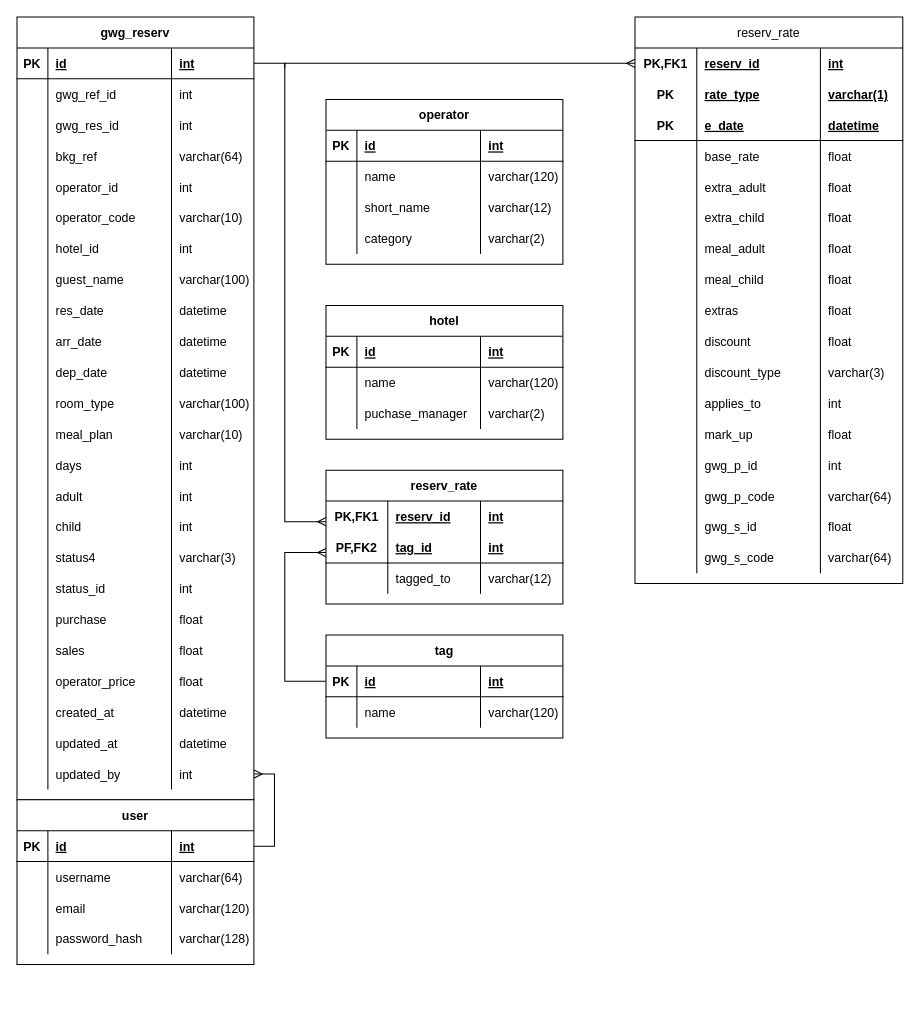
Earlier version of the draw.io diagram bkgs_app_erd.drawio (justivan/drawio-diagrams). Source tidied: cells renumbered, new cells numbered last; positions are measured from the earlier drawing's top-left corner, leaving out a move shared by most shapes. Both pictures are drawn from the tidied source at 103%, with x=0, y=0 at pixel (16, 16).
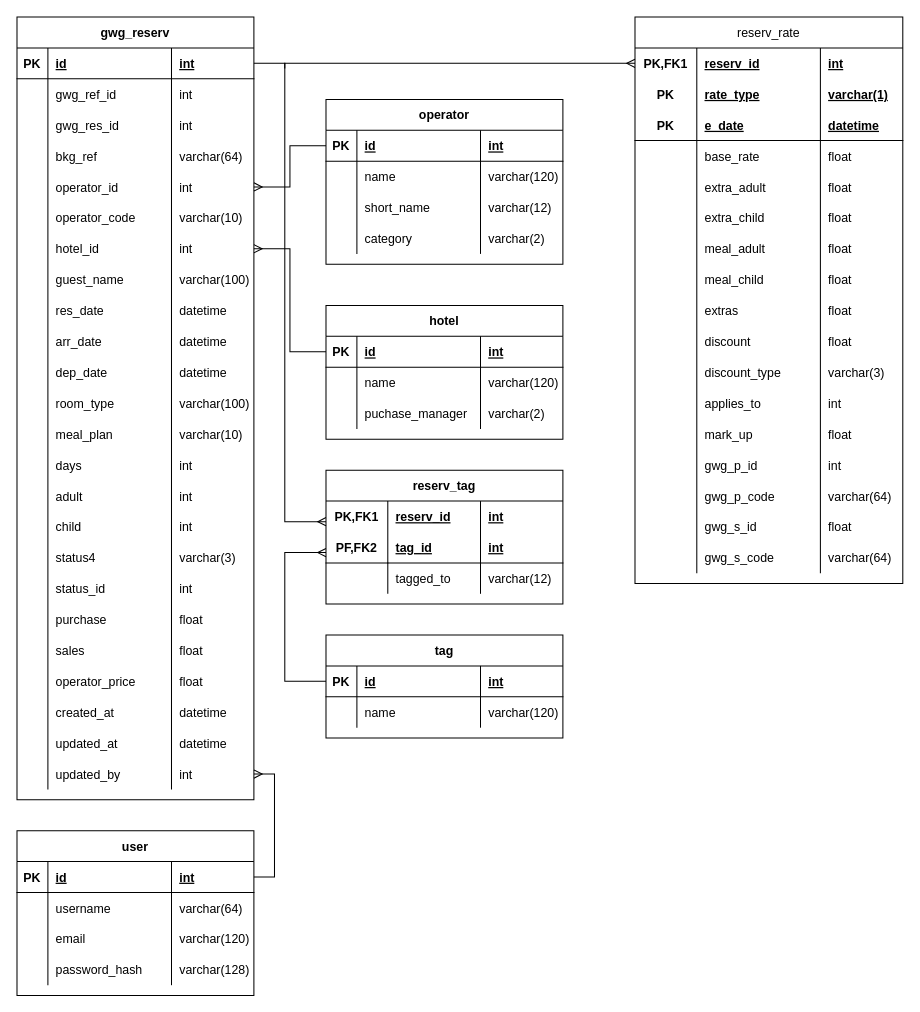
The same diagram, later.

The change refers to these unchanged cells:
```xml
<mxCell id="19" style="shape=tableRow;horizontal=0;startSize=0;swimlaneHead=0;swimlaneBody=0;fillColor=none;points=[[0,0.5],[1,0.5]];portConstraint=eastwest;top=0;left=0;right=0;bottom=0;fontFamily=Helvetica;" parent="2" vertex="1">
  <mxGeometry y="150" width="230" height="30" as="geometry" />
</mxCell>
<mxCell id="27" style="shape=tableRow;horizontal=0;startSize=0;swimlaneHead=0;swimlaneBody=0;fillColor=none;points=[[0,0.5],[1,0.5]];portConstraint=eastwest;top=0;left=0;right=0;bottom=0;fontFamily=Helvetica;" parent="2" vertex="1">
  <mxGeometry y="210" width="230" height="30" as="geometry" />
</mxCell>
<mxCell id="188" style="shape=tableRow;horizontal=0;startSize=0;swimlaneHead=0;swimlaneBody=0;fillColor=none;points=[[0,0.5],[1,0.5]];portConstraint=eastwest;top=0;left=0;right=0;bottom=1;fontFamily=Helvetica;" parent="187" vertex="1">
  <mxGeometry y="30" width="230" height="30" as="geometry" />
</mxCell>
<mxCell id="205" style="shape=tableRow;horizontal=0;startSize=0;swimlaneHead=0;swimlaneBody=0;fillColor=none;points=[[0,0.5],[1,0.5]];portConstraint=eastwest;top=0;left=0;right=0;bottom=1;fontFamily=Helvetica;" parent="204" vertex="1">
  <mxGeometry y="30" width="230" height="30" as="geometry" />
</mxCell>
```

Change to the diagram source:
```diff
@@
     <mxCell id="169" value="user" style="shape=table;startSize=30;childLayout=tableLayout;rowLines=0;fontStyle=1;align=center;fontFamily=Helvetica;" parent="1" vertex="1">
-      <mxGeometry y="760" width="230" height="160" as="geometry" />
+      <mxGeometry y="790" width="230" height="160" as="geometry" />
     </mxCell>
@@
-    <mxCell id="228" value="reserv_rate" style="shape=table;startSize=30;childLayout=tableLayout;rowLines=0;fontStyle=1;align=center;fontFamily=Helvetica;" parent="1" vertex="1">
+    <mxCell id="228" value="reserv_tag" style="shape=table;startSize=30;childLayout=tableLayout;rowLines=0;fontStyle=1;align=center;fontFamily=Helvetica;" parent="1" vertex="1">
       <mxGeometry x="300" y="440" width="230" height="130" as="geometry" />
     </mxCell>
@@
+    <mxCell id="241" style="edgeStyle=orthogonalEdgeStyle;rounded=0;jettySize=auto;html=1;entryX=1;entryY=0.5;entryDx=0;entryDy=0;endArrow=ERmany;endFill=0;exitX=0;exitY=0.5;exitDx=0;exitDy=0;" parent="1" edge="1" source="205" target="27">
+      <mxGeometry relative="1" as="geometry" />
+    </mxCell>
+    <mxCell id="242" style="edgeStyle=orthogonalEdgeStyle;rounded=0;jettySize=auto;html=1;entryX=1;entryY=0.5;entryDx=0;entryDy=0;endArrow=ERmany;endFill=0;" parent="1" edge="1" source="188" target="19">
+      <mxGeometry relative="1" as="geometry" />
+    </mxCell>
```
